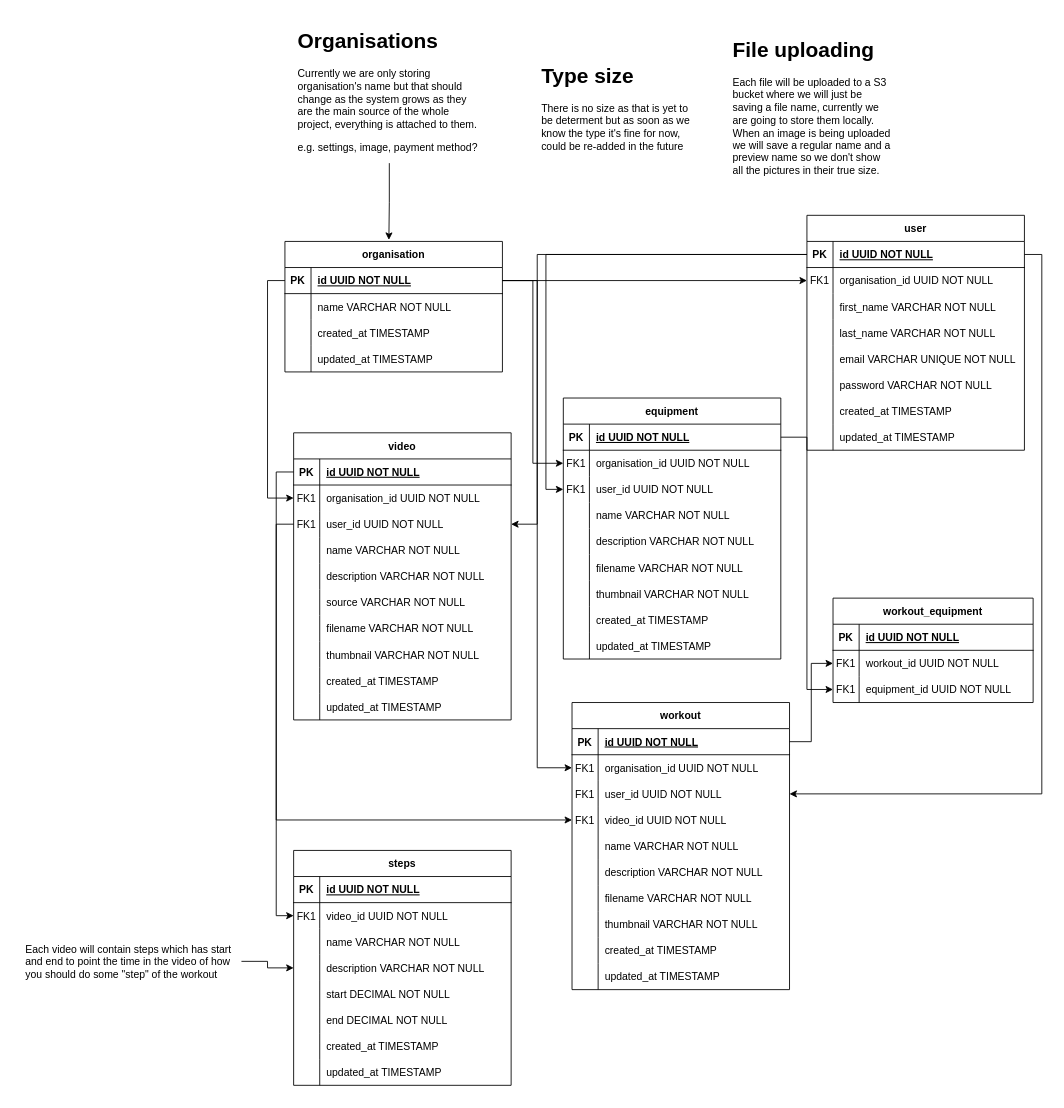
The draw.io diagram fitness-api.drawio in jstojiljkovic/fitness-api, before the edit. Source tidied: cells renumbered, new cells numbered last; positions are measured from the earlier drawing's top-left corner, leaving out a move shared by most shapes. Both pictures are drawn from the tidied source at 87%, with x=0, y=0 at pixel (23, 23).
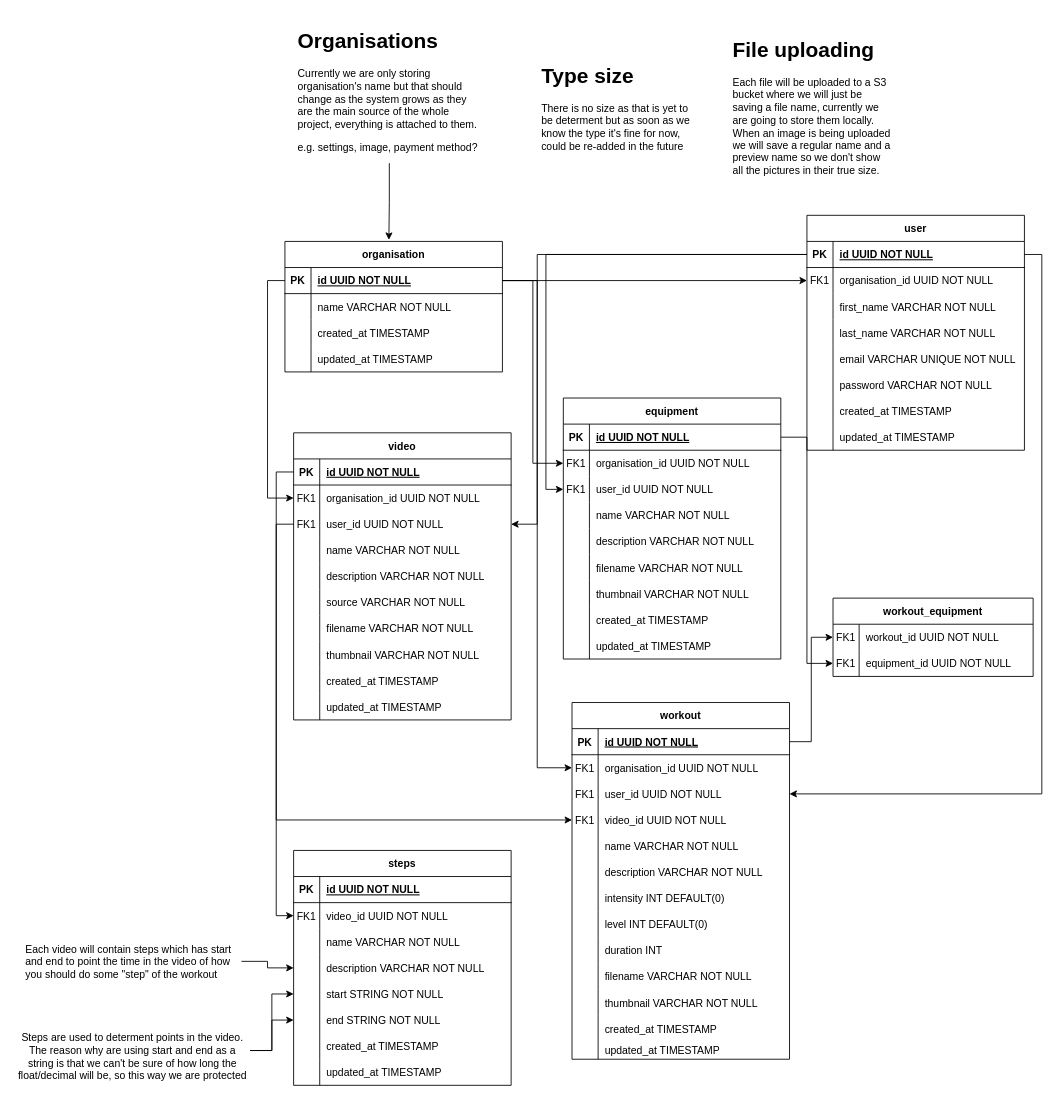
The same diagram, later.

Unchanged cells that the change refers to:
```xml
<mxCell id="167" style="shape=tableRow;horizontal=0;startSize=0;swimlaneHead=0;swimlaneBody=0;fillColor=none;points=[[0,0.5],[1,0.5]];portConstraint=eastwest;top=0;left=0;right=0;bottom=0;" parent="154" vertex="1">
  <mxGeometry y="150" width="250" height="30" as="geometry" />
</mxCell>
<mxCell id="170" style="shape=tableRow;horizontal=0;startSize=0;swimlaneHead=0;swimlaneBody=0;fillColor=none;points=[[0,0.5],[1,0.5]];portConstraint=eastwest;top=0;left=0;right=0;bottom=0;" parent="154" vertex="1">
  <mxGeometry y="180" width="250" height="30" as="geometry" />
</mxCell>
```

Change to the diagram source:
```diff
@@
     <mxCell id="108" value="workout" style="shape=table;startSize=30;childLayout=tableLayout;rowLines=0;fontStyle=1;align=center;" parent="1" vertex="1">
-      <mxGeometry x="630" y="780" width="250" height="330" as="geometry" />
+      <mxGeometry x="630" y="780" width="250" height="410" as="geometry" />
     </mxCell>
@@
+    <mxCell id="182" style="shape=tableRow;horizontal=0;startSize=0;swimlaneHead=0;swimlaneBody=0;fillColor=none;top=0;left=0;right=0;bottom=0;" parent="108" vertex="1">
+      <mxGeometry y="210" width="250" height="30" as="geometry" />
+    </mxCell>
+    <mxCell id="183" style="shape=partialRectangle;fillColor=none;top=0;left=0;bottom=0;right=0;overflow=hidden;" parent="182" vertex="1">
+      <mxGeometry width="30" height="30" as="geometry" />
+    </mxCell>
+    <mxCell id="184" value="intensity INT DEFAULT(0)" style="shape=partialRectangle;fillColor=none;top=0;left=0;bottom=0;right=0;align=left;spacingLeft=6;overflow=hidden;" parent="182" vertex="1">
+      <mxGeometry x="30" width="220" height="30" as="geometry" />
+    </mxCell>
+    <mxCell id="185" style="shape=tableRow;horizontal=0;startSize=0;swimlaneHead=0;swimlaneBody=0;fillColor=none;top=0;left=0;right=0;bottom=0;" parent="108" vertex="1">
+      <mxGeometry y="240" width="250" height="30" as="geometry" />
+    </mxCell>
+    <mxCell id="186" style="shape=partialRectangle;fillColor=none;top=0;left=0;bottom=0;right=0;overflow=hidden;" parent="185" vertex="1">
+      <mxGeometry width="30" height="30" as="geometry" />
+    </mxCell>
+    <mxCell id="187" value="level INT DEFAULT(0)" style="shape=partialRectangle;fillColor=none;top=0;left=0;bottom=0;right=0;align=left;spacingLeft=6;overflow=hidden;" parent="185" vertex="1">
+      <mxGeometry x="30" width="220" height="30" as="geometry" />
+    </mxCell>
+    <mxCell id="188" style="shape=tableRow;horizontal=0;startSize=0;swimlaneHead=0;swimlaneBody=0;fillColor=none;top=0;left=0;right=0;bottom=0;" parent="108" vertex="1">
+      <mxGeometry y="270" width="250" height="30" as="geometry" />
+    </mxCell>
+    <mxCell id="189" style="shape=partialRectangle;fillColor=none;top=0;left=0;bottom=0;right=0;overflow=hidden;" parent="188" vertex="1">
+      <mxGeometry width="30" height="30" as="geometry" />
+    </mxCell>
+    <mxCell id="190" value="duration INT " style="shape=partialRectangle;fillColor=none;top=0;left=0;bottom=0;right=0;align=left;spacingLeft=6;overflow=hidden;" parent="188" vertex="1">
+      <mxGeometry x="30" width="220" height="30" as="geometry" />
+    </mxCell>
     <mxCell id="127" style="shape=tableRow;horizontal=0;startSize=0;swimlaneHead=0;swimlaneBody=0;fillColor=none;top=0;left=0;right=0;bottom=0;" parent="108" vertex="1">
-      <mxGeometry y="210" width="250" height="30" as="geometry" />
+      <mxGeometry y="300" width="250" height="30" as="geometry" />
     </mxCell>
@@
     <mxCell id="130" style="shape=tableRow;horizontal=0;startSize=0;swimlaneHead=0;swimlaneBody=0;fillColor=none;top=0;left=0;right=0;bottom=0;" parent="108" vertex="1">
-      <mxGeometry y="240" width="250" height="30" as="geometry" />
+      <mxGeometry y="330" width="250" height="30" as="geometry" />
     </mxCell>
@@
     <mxCell id="133" style="shape=tableRow;horizontal=0;startSize=0;swimlaneHead=0;swimlaneBody=0;fillColor=none;top=0;left=0;right=0;bottom=0;" parent="108" vertex="1">
-      <mxGeometry y="270" width="250" height="30" as="geometry" />
+      <mxGeometry y="360" width="250" height="30" as="geometry" />
     </mxCell>
@@
     <mxCell id="136" style="shape=tableRow;horizontal=0;startSize=0;swimlaneHead=0;swimlaneBody=0;fillColor=none;top=0;left=0;right=0;bottom=0;" parent="108" vertex="1">
-      <mxGeometry y="300" width="250" height="30" as="geometry" />
+      <mxGeometry y="390" width="250" height="20" as="geometry" />
     </mxCell>
     <mxCell id="137" style="shape=partialRectangle;fillColor=none;top=0;left=0;bottom=0;right=0;overflow=hidden;" parent="136" vertex="1">
-      <mxGeometry width="30" height="30" as="geometry" />
+      <mxGeometry width="30" height="20" as="geometry" />
     </mxCell>
     <mxCell id="138" value="updated_at TIMESTAMP" style="shape=partialRectangle;fillColor=none;top=0;left=0;bottom=0;right=0;align=left;spacingLeft=6;overflow=hidden;" parent="136" vertex="1">
-      <mxGeometry x="30" width="220" height="30" as="geometry" />
+      <mxGeometry x="30" width="220" height="20" as="geometry" />
     </mxCell>
@@
     <mxCell id="142" value="workout_equipment" style="shape=table;startSize=30;childLayout=tableLayout;rowLines=0;fontStyle=1;align=center;" parent="1" vertex="1">
-      <mxGeometry x="930" y="660" width="230" height="120" as="geometry" />
+      <mxGeometry x="930" y="660" width="230" height="90" as="geometry" />
     </mxCell>
-    <mxCell id="143" style="shape=tableRow;horizontal=0;startSize=0;swimlaneHead=0;swimlaneBody=0;fillColor=none;top=0;left=0;right=0;bottom=1;" parent="142" vertex="1">
-      <mxGeometry y="30" width="230" height="30" as="geometry" />
-    </mxCell>
-    <mxCell id="144" value="PK" style="shape=partialRectangle;fillColor=none;top=0;left=0;bottom=0;right=0;fontStyle=1;overflow=hidden;" parent="143" vertex="1">
-      <mxGeometry width="30" height="30" as="geometry" />
-    </mxCell>
-    <mxCell id="145" value="id UUID NOT NULL" style="shape=partialRectangle;fillColor=none;top=0;left=0;bottom=0;right=0;align=left;spacingLeft=6;fontStyle=5;overflow=hidden;" parent="143" vertex="1">
-      <mxGeometry x="30" width="200" height="30" as="geometry" />
-    </mxCell>
     <mxCell id="146" style="shape=tableRow;horizontal=0;startSize=0;swimlaneHead=0;swimlaneBody=0;fillColor=none;points=[[0,0.5],[1,0.5]];portConstraint=eastwest;top=0;left=0;right=0;bottom=0;" parent="142" vertex="1">
-      <mxGeometry y="60" width="230" height="30" as="geometry" />
+      <mxGeometry y="30" width="230" height="30" as="geometry" />
     </mxCell>
@@
     <mxCell id="149" style="shape=tableRow;horizontal=0;startSize=0;swimlaneHead=0;swimlaneBody=0;fillColor=none;points=[[0,0.5],[1,0.5]];portConstraint=eastwest;top=0;left=0;right=0;bottom=0;" parent="142" vertex="1">
-      <mxGeometry y="90" width="230" height="30" as="geometry" />
+      <mxGeometry y="60" width="230" height="30" as="geometry" />
     </mxCell>
@@
-    <mxCell id="169" value="start DECIMAL NOT NULL" style="shape=partialRectangle;fillColor=none;top=0;left=0;bottom=0;right=0;align=left;spacingLeft=6;overflow=hidden;" parent="167" vertex="1">
+    <mxCell id="169" value="start STRING NOT NULL" style="shape=partialRectangle;fillColor=none;top=0;left=0;bottom=0;right=0;align=left;spacingLeft=6;overflow=hidden;" parent="167" vertex="1">
       <mxGeometry x="30" width="220" height="30" as="geometry" />
     </mxCell>
@@
-    <mxCell id="172" value="end DECIMAL NOT NULL" style="shape=partialRectangle;fillColor=none;top=0;left=0;bottom=0;right=0;align=left;spacingLeft=6;overflow=hidden;" parent="170" vertex="1">
+    <mxCell id="172" value="end STRING NOT NULL" style="shape=partialRectangle;fillColor=none;top=0;left=0;bottom=0;right=0;align=left;spacingLeft=6;overflow=hidden;" parent="170" vertex="1">
       <mxGeometry x="30" width="220" height="30" as="geometry" />
     </mxCell>
@@
+    <mxCell id="191" style="edgeStyle=orthogonalEdgeStyle;rounded=0;jettySize=auto;html=1;exitX=1;exitY=0.5;exitDx=0;exitDy=0;" parent="1" edge="1" source="193" target="167">
+      <mxGeometry relative="1" as="geometry" />
+    </mxCell>
+    <mxCell id="192" style="edgeStyle=orthogonalEdgeStyle;rounded=0;jettySize=auto;html=1;" parent="1" edge="1" source="193" target="170">
+      <mxGeometry relative="1" as="geometry" />
+    </mxCell>
+    <mxCell id="193" value="&lt;br&gt;Steps are used to determent points in the video. The reason why are using start and end as a string is that we can't be sure of how long the float/decimal will be, so this way we are protected" style="text;html=1;strokeColor=none;fillColor=none;align=center;verticalAlign=middle;whiteSpace=wrap;rounded=0;" parent="1" vertex="1">
+      <mxGeometry x="-10" y="1130" width="270" height="100" as="geometry" />
+    </mxCell>
```
